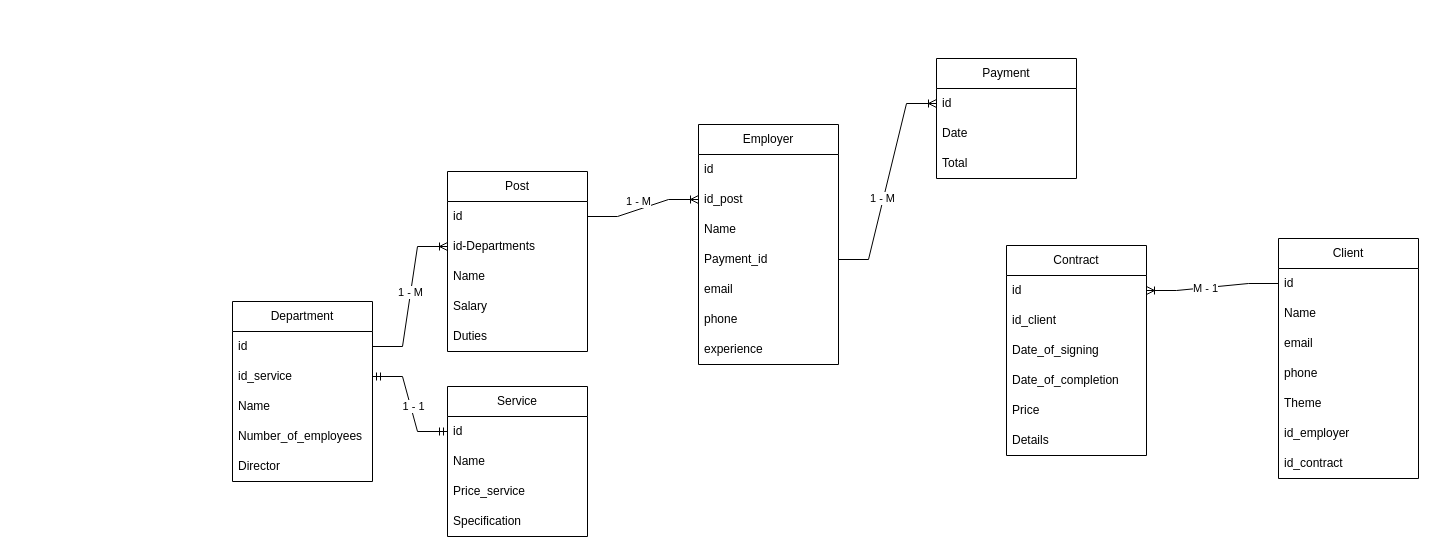
Before: Рекламное агентство.drawio in Aazmandiuc/DataBases, a draw.io diagram. Source tidied: cells renumbered, new cells numbered last; positions are measured from the earlier drawing's top-left corner, leaving out a move shared by most shapes. Both pictures are drawn from the tidied source at 100%, with x=0, y=0 at pixel (177, 58).
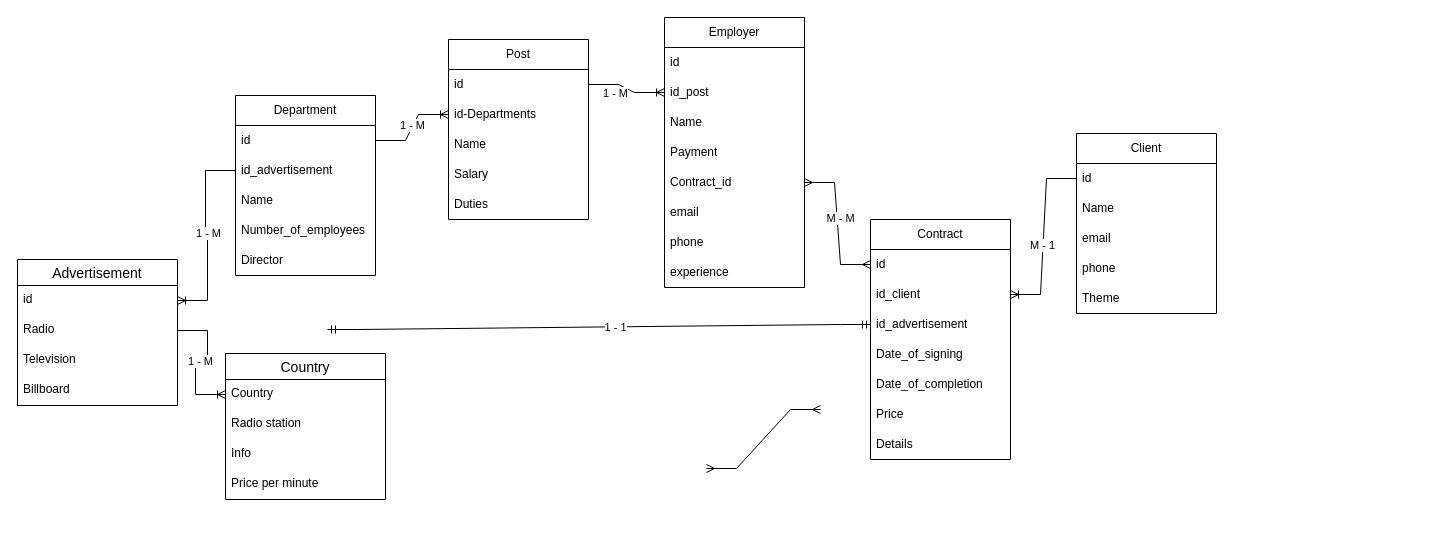
The same page after the edit.

Unchanged cells that the change refers to:
```xml
<mxCell id="4" value="id-Departments" style="text;strokeColor=none;fillColor=none;align=left;verticalAlign=middle;spacingLeft=4;spacingRight=4;overflow=hidden;points=[[0,0.5],[1,0.5]];portConstraint=eastwest;whiteSpace=wrap;html=1;" parent="2" vertex="1">
  <mxGeometry y="60" width="140" height="30" as="geometry" />
</mxCell>
<mxCell id="9" value="id" style="text;strokeColor=none;fillColor=none;align=left;verticalAlign=middle;spacingLeft=4;spacingRight=4;overflow=hidden;points=[[0,0.5],[1,0.5]];portConstraint=eastwest;whiteSpace=wrap;html=1;" parent="8" vertex="1">
  <mxGeometry y="30" width="140" height="30" as="geometry" />
</mxCell>
<mxCell id="20" value="id" style="text;strokeColor=none;fillColor=none;align=left;verticalAlign=middle;spacingLeft=4;spacingRight=4;overflow=hidden;points=[[0,0.5],[1,0.5]];portConstraint=eastwest;whiteSpace=wrap;html=1;" parent="19" vertex="1">
  <mxGeometry y="30" width="140" height="30" as="geometry" />
</mxCell>
<mxCell id="21" value="id_client" style="text;strokeColor=none;fillColor=none;align=left;verticalAlign=middle;spacingLeft=4;spacingRight=4;overflow=hidden;points=[[0,0.5],[1,0.5]];portConstraint=eastwest;whiteSpace=wrap;html=1;" parent="19" vertex="1">
  <mxGeometry y="60" width="140" height="30" as="geometry" />
</mxCell>
<mxCell id="27" value="id" style="text;strokeColor=none;fillColor=none;align=left;verticalAlign=middle;spacingLeft=4;spacingRight=4;overflow=hidden;points=[[0,0.5],[1,0.5]];portConstraint=eastwest;whiteSpace=wrap;html=1;" parent="26" vertex="1">
  <mxGeometry y="30" width="140" height="30" as="geometry" />
</mxCell>
```

The edit, as a diff of the source:
```diff
@@
     <mxCell id="2" value="Post" style="swimlane;fontStyle=0;horizontal=1;startSize=30;whiteSpace=wrap;html=1;rounded=0;swimlaneLine=1;glass=0;shadow=0;noLabel=0;direction=east;fixDash=0;absoluteArcSize=0;" parent="1" vertex="1">
-      <mxGeometry x="270" y="113" width="140" height="180" as="geometry" />
+      <mxGeometry x="271" y="-19" width="140" height="180" as="geometry" />
     </mxCell>
@@
     <mxCell id="8" value="Department" style="swimlane;fontStyle=0;horizontal=1;startSize=30;whiteSpace=wrap;html=1;rounded=0;swimlaneLine=1;glass=0;shadow=0;noLabel=0;direction=east;fixDash=0;absoluteArcSize=0;" parent="1" vertex="1">
-      <mxGeometry x="55" y="243" width="140" height="180" as="geometry" />
+      <mxGeometry x="58" y="37" width="140" height="180" as="geometry" />
     </mxCell>
@@
-    <mxCell id="10" value="id_service" style="text;strokeColor=none;fillColor=none;align=left;verticalAlign=middle;spacingLeft=4;spacingRight=4;overflow=hidden;points=[[0,0.5],[1,0.5]];portConstraint=eastwest;whiteSpace=wrap;html=1;" parent="8" vertex="1">
+    <mxCell id="10" value="id_advertisement" style="text;strokeColor=none;fillColor=none;align=left;verticalAlign=middle;spacingLeft=4;spacingRight=4;overflow=hidden;points=[[0,0.5],[1,0.5]];portConstraint=eastwest;whiteSpace=wrap;html=1;" parent="8" vertex="1">
       <mxGeometry y="60" width="140" height="30" as="geometry" />
     </mxCell>
@@
-    <mxCell id="14" value="Service" style="swimlane;fontStyle=0;horizontal=1;startSize=30;whiteSpace=wrap;html=1;" parent="1" vertex="1">
-      <mxGeometry x="270" y="328" width="140" height="150" as="geometry" />
-    </mxCell>
-    <mxCell id="15" value="id" style="text;strokeColor=none;fillColor=none;align=left;verticalAlign=middle;spacingLeft=4;spacingRight=4;overflow=hidden;points=[[0,0.5],[1,0.5]];portConstraint=eastwest;whiteSpace=wrap;html=1;" parent="14" vertex="1">
-      <mxGeometry y="30" width="140" height="30" as="geometry" />
-    </mxCell>
-    <mxCell id="16" value="Name" style="text;strokeColor=none;fillColor=none;align=left;verticalAlign=middle;spacingLeft=4;spacingRight=4;overflow=hidden;whiteSpace=wrap;html=1;" parent="14" vertex="1">
-      <mxGeometry y="60" width="140" height="30" as="geometry" />
-    </mxCell>
-    <mxCell id="17" value="Price_service" style="text;strokeColor=none;fillColor=none;align=left;verticalAlign=middle;spacingLeft=4;spacingRight=4;overflow=hidden;whiteSpace=wrap;html=1;" parent="14" vertex="1">
-      <mxGeometry y="90" width="140" height="30" as="geometry" />
-    </mxCell>
-    <mxCell id="18" value="Specification" style="text;strokeColor=none;fillColor=none;align=left;verticalAlign=middle;spacingLeft=4;spacingRight=4;overflow=hidden;whiteSpace=wrap;html=1;" parent="14" vertex="1">
-      <mxGeometry y="120" width="140" height="30" as="geometry" />
-    </mxCell>
     <mxCell id="19" value="Contract" style="swimlane;fontStyle=0;horizontal=1;startSize=30;whiteSpace=wrap;html=1;" parent="1" vertex="1">
-      <mxGeometry x="829" y="187" width="140" height="210" as="geometry" />
+      <mxGeometry x="693" y="161" width="140" height="240" as="geometry" />
     </mxCell>
@@
+    <mxCell id="56" value="id_advertisement" style="text;strokeColor=none;fillColor=none;align=left;verticalAlign=middle;spacingLeft=4;spacingRight=4;overflow=hidden;points=[[0,0.5],[1,0.5]];portConstraint=eastwest;whiteSpace=wrap;html=1;" parent="19" vertex="1">
+      <mxGeometry y="90" width="140" height="30" as="geometry" />
+    </mxCell>
     <mxCell id="22" value="Date_of_signing" style="text;strokeColor=none;fillColor=none;align=left;verticalAlign=middle;spacingLeft=4;spacingRight=4;overflow=hidden;whiteSpace=wrap;html=1;" parent="19" vertex="1">
-      <mxGeometry y="90" width="140" height="30" as="geometry" />
+      <mxGeometry y="120" width="140" height="30" as="geometry" />
     </mxCell>
     <mxCell id="23" value="Date_of_completion" style="text;strokeColor=none;fillColor=none;align=left;verticalAlign=middle;spacingLeft=4;spacingRight=4;overflow=hidden;whiteSpace=wrap;html=1;" parent="19" vertex="1">
-      <mxGeometry y="120" width="140" height="30" as="geometry" />
+      <mxGeometry y="150" width="140" height="30" as="geometry" />
     </mxCell>
     <mxCell id="24" value="Price" style="text;strokeColor=none;fillColor=none;align=left;verticalAlign=middle;spacingLeft=4;spacingRight=4;overflow=hidden;whiteSpace=wrap;html=1;" parent="19" vertex="1">
-      <mxGeometry y="150" width="140" height="30" as="geometry" />
+      <mxGeometry y="180" width="140" height="30" as="geometry" />
     </mxCell>
     <mxCell id="25" value="Details" style="text;strokeColor=none;fillColor=none;align=left;verticalAlign=middle;spacingLeft=4;spacingRight=4;overflow=hidden;whiteSpace=wrap;html=1;" parent="19" vertex="1">
-      <mxGeometry y="180" width="140" height="30" as="geometry" />
+      <mxGeometry y="210" width="140" height="30" as="geometry" />
     </mxCell>
     <mxCell id="26" value="Client" style="swimlane;fontStyle=0;horizontal=1;startSize=30;whiteSpace=wrap;html=1;rounded=0;swimlaneLine=1;glass=0;shadow=0;noLabel=0;direction=east;fixDash=0;absoluteArcSize=0;" parent="1" vertex="1">
-      <mxGeometry x="1101" y="180" width="140" height="240" as="geometry" />
+      <mxGeometry x="899" y="75" width="140" height="180" as="geometry" />
     </mxCell>
@@
-    <mxCell id="32" value="id_employer" style="text;strokeColor=none;fillColor=none;align=left;verticalAlign=middle;spacingLeft=4;spacingRight=4;overflow=hidden;whiteSpace=wrap;html=1;" parent="26" vertex="1">
-      <mxGeometry y="180" width="140" height="30" as="geometry" />
-    </mxCell>
-    <mxCell id="33" value="id_contract" style="text;strokeColor=none;fillColor=none;align=left;verticalAlign=middle;spacingLeft=4;spacingRight=4;overflow=hidden;whiteSpace=wrap;html=1;" parent="26" vertex="1">
-      <mxGeometry y="210" width="140" height="30" as="geometry" />
-    </mxCell>
     <mxCell id="34" value="Employer" style="swimlane;fontStyle=0;horizontal=1;startSize=30;whiteSpace=wrap;html=1;rounded=0;swimlaneLine=1;glass=0;shadow=0;noLabel=0;direction=east;fixDash=0;absoluteArcSize=0;" parent="1" vertex="1">
-      <mxGeometry x="521" y="66" width="140" height="240" as="geometry" />
+      <mxGeometry x="487" y="-41" width="140" height="270" as="geometry" />
     </mxCell>
@@
-    <mxCell id="38" value="Payment_id" style="text;strokeColor=none;fillColor=none;align=left;verticalAlign=middle;spacingLeft=4;spacingRight=4;overflow=hidden;points=[[0,0.5],[1,0.5]];portConstraint=eastwest;whiteSpace=wrap;html=1;" parent="34" vertex="1">
+    <mxCell id="38" value="Payment" style="text;strokeColor=none;fillColor=none;align=left;verticalAlign=middle;spacingLeft=4;spacingRight=4;overflow=hidden;points=[[0,0.5],[1,0.5]];portConstraint=eastwest;whiteSpace=wrap;html=1;" parent="34" vertex="1">
       <mxGeometry y="120" width="140" height="30" as="geometry" />
     </mxCell>
+    <mxCell id="57" value="Contract_id" style="text;strokeColor=none;fillColor=none;align=left;verticalAlign=middle;spacingLeft=4;spacingRight=4;overflow=hidden;points=[[0,0.5],[1,0.5]];portConstraint=eastwest;whiteSpace=wrap;html=1;" parent="34" vertex="1">
+      <mxGeometry y="150" width="140" height="30" as="geometry" />
+    </mxCell>
     <mxCell id="39" value="email" style="text;strokeColor=none;fillColor=none;align=left;verticalAlign=middle;spacingLeft=4;spacingRight=4;overflow=hidden;whiteSpace=wrap;html=1;" parent="34" vertex="1">
-      <mxGeometry y="150" width="140" height="30" as="geometry" />
+      <mxGeometry y="180" width="140" height="30" as="geometry" />
     </mxCell>
     <mxCell id="40" value="phone" style="text;strokeColor=none;fillColor=none;align=left;verticalAlign=middle;spacingLeft=4;spacingRight=4;overflow=hidden;whiteSpace=wrap;html=1;" parent="34" vertex="1">
-      <mxGeometry y="180" width="140" height="30" as="geometry" />
+      <mxGeometry y="210" width="140" height="30" as="geometry" />
     </mxCell>
     <mxCell id="41" value="experience" style="text;strokeColor=none;fillColor=none;align=left;verticalAlign=middle;spacingLeft=4;spacingRight=4;overflow=hidden;whiteSpace=wrap;html=1;" parent="34" vertex="1">
-      <mxGeometry y="210" width="140" height="30" as="geometry" />
+      <mxGeometry y="240" width="140" height="30" as="geometry" />
     </mxCell>
-    <mxCell id="42" value="Payment" style="swimlane;fontStyle=0;horizontal=1;startSize=30;whiteSpace=wrap;html=1;rounded=0;swimlaneLine=1;glass=0;shadow=0;noLabel=0;direction=east;fixDash=0;absoluteArcSize=0;" parent="1" vertex="1">
-      <mxGeometry x="759" width="140" height="120" as="geometry" />
-    </mxCell>
-    <mxCell id="43" value="id" style="text;strokeColor=none;fillColor=none;align=left;verticalAlign=middle;spacingLeft=4;spacingRight=4;overflow=hidden;points=[[0,0.5],[1,0.5]];portConstraint=eastwest;whiteSpace=wrap;html=1;" parent="42" vertex="1">
-      <mxGeometry y="30" width="140" height="30" as="geometry" />
-    </mxCell>
-    <mxCell id="44" value="Date" style="text;strokeColor=none;fillColor=none;align=left;verticalAlign=middle;spacingLeft=4;spacingRight=4;overflow=hidden;whiteSpace=wrap;html=1;" parent="42" vertex="1">
-      <mxGeometry y="60" width="140" height="30" as="geometry" />
-    </mxCell>
-    <mxCell id="45" value="Total" style="text;strokeColor=none;fillColor=none;align=left;verticalAlign=middle;spacingLeft=4;spacingRight=4;overflow=hidden;whiteSpace=wrap;html=1;" parent="42" vertex="1">
-      <mxGeometry y="90" width="140" height="30" as="geometry" />
-    </mxCell>
     <mxCell id="46" style="edgeStyle=entityRelationEdgeStyle;fontSize=12;html=1;endArrow=ERoneToMany;rounded=0;exitX=1;exitY=0.5;exitDx=0;exitDy=0;entryX=0;entryY=0.5;entryDx=0;entryDy=0;" parent="1" edge="1" source="9" target="4">
-      <mxGeometry relative="1" as="geometry" />
+      <mxGeometry relative="1" as="geometry">
+        <Array as="points">
+          <mxPoint x="209" y="61" />
+        </Array>
+      </mxGeometry>
     </mxCell>
@@
-    <mxCell id="50" style="edgeStyle=entityRelationEdgeStyle;fontSize=12;html=1;endArrow=ERmandOne;startArrow=ERmandOne;rounded=0;entryX=0;entryY=0.5;entryDx=0;entryDy=0;exitX=1;exitY=0.5;exitDx=0;exitDy=0;" parent="1" edge="1" source="10" target="15">
-      <mxGeometry relative="1" as="geometry">
-        <Array as="points">
-          <mxPoint y="318" />
-        </Array>
-      </mxGeometry>
-    </mxCell>
-    <mxCell id="51" value="1 - 1" style="edgeLabel;html=1;align=center;verticalAlign=middle;" parent="50" vertex="1">
-      <mxGeometry x="0.05" y="2" relative="1" as="geometry" />
-    </mxCell>
-    <mxCell id="52" style="edgeStyle=entityRelationEdgeStyle;fontSize=12;html=1;endArrow=ERoneToMany;rounded=0;exitX=0;exitY=0.5;exitDx=0;exitDy=0;entryX=1;entryY=0.5;entryDx=0;entryDy=0;" parent="1" edge="1" source="27" target="20">
+    <mxCell id="52" style="edgeStyle=entityRelationEdgeStyle;fontSize=12;html=1;endArrow=ERoneToMany;rounded=0;exitX=0;exitY=0.5;exitDx=0;exitDy=0;entryX=1;entryY=0.5;entryDx=0;entryDy=0;" parent="1" edge="1" source="27" target="21">
       <mxGeometry relative="1" as="geometry" />
     </mxCell>
@@
-    <mxCell id="54" style="edgeStyle=entityRelationEdgeStyle;fontSize=12;html=1;endArrow=ERoneToMany;rounded=0;entryX=0;entryY=0.5;entryDx=0;entryDy=0;exitX=1;exitY=0.5;exitDx=0;exitDy=0;" parent="1" edge="1" source="38" target="43">
-      <mxGeometry relative="1" as="geometry">
-        <Array as="points">
-          <mxPoint x="598" y="76" />
-        </Array>
-      </mxGeometry>
-    </mxCell>
-    <mxCell id="55" value="1 - M" style="edgeLabel;html=1;align=center;verticalAlign=middle;" parent="54" vertex="1">
-      <mxGeometry x="-0.16" y="1" relative="1" as="geometry" />
-    </mxCell>
+    <mxCell id="58" style="edgeStyle=entityRelationEdgeStyle;fontSize=12;html=1;endArrow=ERoneToMany;rounded=0;exitX=0;exitY=0.5;exitDx=0;exitDy=0;entryX=1;entryY=0.5;entryDx=0;entryDy=0;" parent="1" edge="1" source="10" target="63">
+      <mxGeometry relative="1" as="geometry">
+        <Array as="points">
+          <mxPoint x="4" y="116" />
+          <mxPoint x="-15" y="127" />
+        </Array>
+      </mxGeometry>
+    </mxCell>
+    <mxCell id="59" value="1 - М" style="edgeLabel;html=1;align=center;verticalAlign=middle;" parent="58" vertex="1">
+      <mxGeometry x="-0.04" y="2" relative="1" as="geometry" />
+    </mxCell>
+    <mxCell id="60" style="edgeStyle=entityRelationEdgeStyle;fontSize=12;html=1;endArrow=ERmany;startArrow=ERmany;rounded=0;entryX=0;entryY=0.5;entryDx=0;entryDy=0;exitX=1;exitY=0.5;exitDx=0;exitDy=0;" parent="1" edge="1" source="57" target="20">
+      <mxGeometry relative="1" as="geometry" />
+    </mxCell>
+    <mxCell id="61" value="M - M" style="edgeLabel;html=1;align=center;verticalAlign=middle;" parent="60" vertex="1">
+      <mxGeometry x="-0.08" y="3" relative="1" as="geometry">
+        <mxPoint y="1" as="offset" />
+      </mxGeometry>
+    </mxCell>
+    <mxCell id="62" value="Advertisement" style="swimlane;fontStyle=0;horizontal=1;startSize=26;align=center;fontSize=14;" parent="1" vertex="1">
+      <mxGeometry x="-160" y="201" width="160" height="146" as="geometry" />
+    </mxCell>
+    <mxCell id="63" value="id" style="text;strokeColor=none;fillColor=none;spacingLeft=4;spacingRight=4;overflow=hidden;points=[[0,0.5],[1,0.5]];portConstraint=eastwest;fontSize=12;whiteSpace=wrap;html=1;" parent="62" vertex="1">
+      <mxGeometry y="26" width="160" height="30" as="geometry" />
+    </mxCell>
+    <mxCell id="64" value="Radio" style="text;strokeColor=none;fillColor=none;spacingLeft=4;spacingRight=4;overflow=hidden;points=[[0,0.5],[1,0.5]];portConstraint=eastwest;fontSize=12;whiteSpace=wrap;html=1;" parent="62" vertex="1">
+      <mxGeometry y="56" width="160" height="30" as="geometry" />
+    </mxCell>
+    <mxCell id="65" value="Television" style="text;strokeColor=none;fillColor=none;spacingLeft=4;spacingRight=4;overflow=hidden;fontSize=12;whiteSpace=wrap;html=1;" parent="62" vertex="1">
+      <mxGeometry y="86" width="160" height="30" as="geometry" />
+    </mxCell>
+    <mxCell id="66" value="Billboard" style="text;strokeColor=none;fillColor=none;spacingLeft=4;spacingRight=4;overflow=hidden;fontSize=12;whiteSpace=wrap;html=1;" parent="62" vertex="1">
+      <mxGeometry y="116" width="160" height="30" as="geometry" />
+    </mxCell>
+    <mxCell id="67" value="Country" style="swimlane;fontStyle=0;horizontal=1;startSize=26;align=center;fontSize=14;" parent="1" vertex="1">
+      <mxGeometry x="48" y="295" width="160" height="146" as="geometry" />
+    </mxCell>
+    <mxCell id="68" value="Country" style="text;strokeColor=none;fillColor=none;spacingLeft=4;spacingRight=4;overflow=hidden;points=[[0,0.5],[1,0.5]];portConstraint=eastwest;fontSize=12;whiteSpace=wrap;html=1;" parent="67" vertex="1">
+      <mxGeometry y="26" width="160" height="30" as="geometry" />
+    </mxCell>
+    <mxCell id="69" value="Radio station" style="text;strokeColor=none;fillColor=none;spacingLeft=4;spacingRight=4;overflow=hidden;fontSize=12;whiteSpace=wrap;html=1;" parent="67" vertex="1">
+      <mxGeometry y="56" width="160" height="30" as="geometry" />
+    </mxCell>
+    <mxCell id="70" value="Info" style="text;strokeColor=none;fillColor=none;spacingLeft=4;spacingRight=4;overflow=hidden;fontSize=12;whiteSpace=wrap;html=1;" parent="67" vertex="1">
+      <mxGeometry y="86" width="160" height="30" as="geometry" />
+    </mxCell>
+    <mxCell id="71" value="Price per minute" style="text;strokeColor=none;fillColor=none;spacingLeft=4;spacingRight=4;overflow=hidden;fontSize=12;whiteSpace=wrap;html=1;" parent="67" vertex="1">
+      <mxGeometry y="116" width="160" height="30" as="geometry" />
+    </mxCell>
+    <mxCell id="72" style="edgeStyle=entityRelationEdgeStyle;fontSize=12;html=1;endArrow=ERmany;startArrow=ERmany;rounded=0;" parent="1" edge="1">
+      <mxGeometry relative="1" as="geometry">
+        <mxPoint x="529" y="410" as="sourcePoint" />
+        <mxPoint x="643" y="351" as="targetPoint" />
+        <Array as="points">
+          <mxPoint x="587" y="529" />
+          <mxPoint x="566" y="414" />
+          <mxPoint x="524" y="523" />
+          <mxPoint x="561" y="521" />
+          <mxPoint x="516" y="353" />
+        </Array>
+      </mxGeometry>
+    </mxCell>
+    <mxCell id="73" style="edgeStyle=entityRelationEdgeStyle;fontSize=12;html=1;endArrow=ERmandOne;startArrow=ERmandOne;rounded=0;entryX=0;entryY=0.5;entryDx=0;entryDy=0;" parent="1" edge="1" target="56">
+      <mxGeometry relative="1" as="geometry">
+        <mxPoint x="150" y="271" as="sourcePoint" />
+        <Array as="points">
+          <mxPoint x="349" y="227" />
+          <mxPoint x="349" y="222" />
+        </Array>
+      </mxGeometry>
+    </mxCell>
+    <mxCell id="51" value="1 - 1" style="edgeLabel;html=1;align=center;verticalAlign=middle;" parent="73" vertex="1">
+      <mxGeometry x="0.06" relative="1" as="geometry" />
+    </mxCell>
+    <mxCell id="74" style="edgeStyle=entityRelationEdgeStyle;fontSize=12;html=1;endArrow=ERoneToMany;rounded=0;exitX=1;exitY=0.5;exitDx=0;exitDy=0;entryX=0;entryY=0.5;entryDx=0;entryDy=0;" parent="1" edge="1" source="64" target="68">
+      <mxGeometry relative="1" as="geometry">
+        <Array as="points">
+          <mxPoint x="61" y="395" />
+          <mxPoint x="42" y="406" />
+        </Array>
+      </mxGeometry>
+    </mxCell>
+    <mxCell id="75" value="1 - М" style="edgeLabel;html=1;align=center;verticalAlign=middle;" parent="74" vertex="1">
+      <mxGeometry x="-0.04" y="2" relative="1" as="geometry">
+        <mxPoint x="-5" y="-4" as="offset" />
+      </mxGeometry>
+    </mxCell>
```
